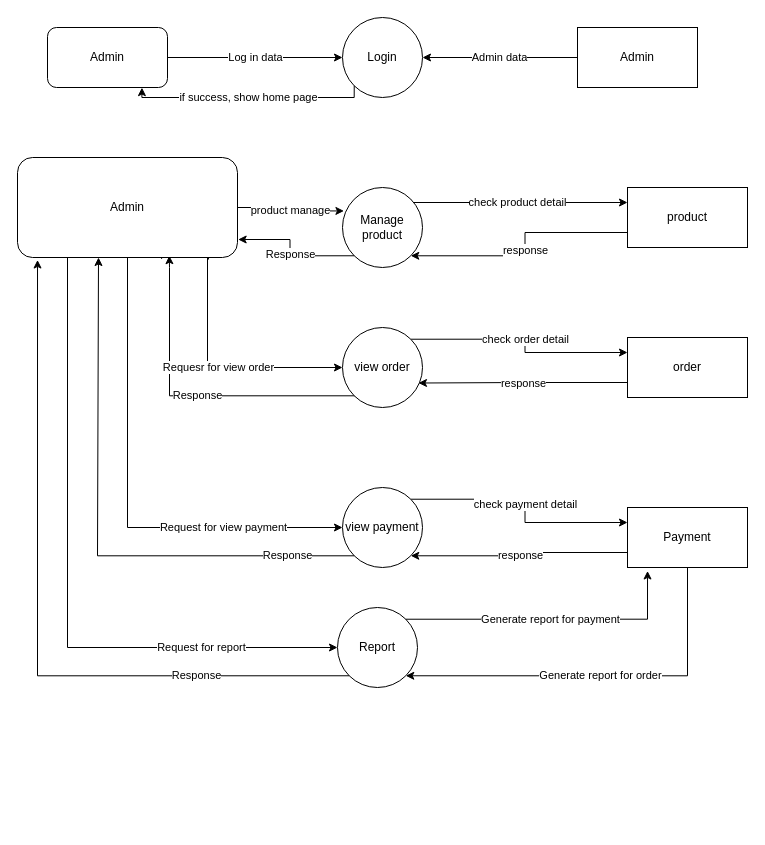
Above: page "Admin" (5 of 6) of health.drawio in YeMyat144/DFD_ER (draw.io), before the change. Source tidied: cells renumbered, new cells numbered last; positions are measured from the earlier drawing's top-left corner, leaving out a move shared by most shapes. Both pictures are drawn from the tidied source at 100%, with x=0, y=0 at pixel (17, 17).
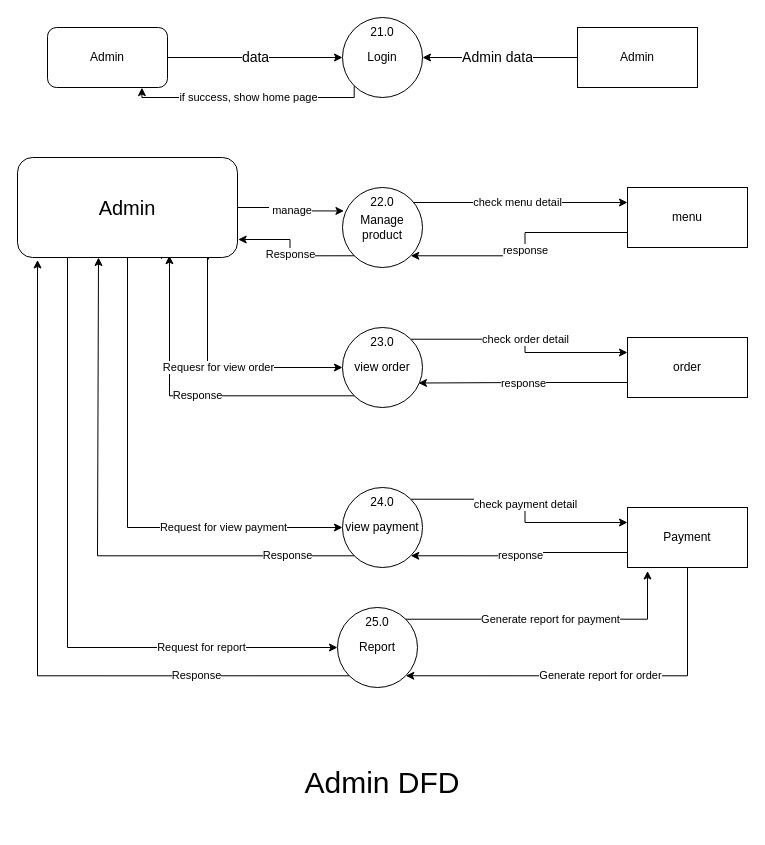
The same diagram, later.

The change refers to these unchanged cells:
```xml
<mxCell id="3" value="Admin" style="rounded=1;whiteSpace=wrap;html=1;" parent="1" vertex="1">
  <mxGeometry x="30" y="10" width="120" height="60" as="geometry" />
</mxCell>
<mxCell id="5" value="Admin" style="rounded=0;whiteSpace=wrap;html=1;" parent="1" vertex="1">
  <mxGeometry x="560" y="10" width="120" height="60" as="geometry" />
</mxCell>
<mxCell id="6" value="Login" style="ellipse;whiteSpace=wrap;html=1;" parent="1" vertex="1">
  <mxGeometry x="325" width="80" height="80" as="geometry" />
</mxCell>
<mxCell id="12" value="Manage product" style="ellipse;whiteSpace=wrap;html=1;" parent="1" vertex="1">
  <mxGeometry x="325" y="170" width="80" height="80" as="geometry" />
</mxCell>
```

Diff of the diagram source:
```diff
@@
-    <mxCell id="2" value="Log in data" style="edgeStyle=orthogonalEdgeStyle;rounded=0;jettySize=auto;html=1;exitX=1;exitY=0.5;exitDx=0;exitDy=0;entryX=0;entryY=0.5;entryDx=0;entryDy=0;" parent="1" edge="1" source="3" target="6">
+    <mxCell id="2" value="data" style="edgeStyle=orthogonalEdgeStyle;rounded=0;jettySize=auto;html=1;exitX=1;exitY=0.5;exitDx=0;exitDy=0;entryX=0;entryY=0.5;entryDx=0;entryDy=0;fontSize=14;" parent="1" edge="1" source="3" target="6">
       <mxGeometry relative="1" as="geometry" />
     </mxCell>
@@
-    <mxCell id="4" value="Admin data" style="edgeStyle=orthogonalEdgeStyle;rounded=0;jettySize=auto;html=1;exitX=0;exitY=0.5;exitDx=0;exitDy=0;" parent="1" edge="1" source="5" target="6">
-      <mxGeometry relative="1" as="geometry" />
+    <mxCell id="4" value="Admin data" style="edgeStyle=orthogonalEdgeStyle;rounded=0;jettySize=auto;html=1;exitX=0;exitY=0.5;exitDx=0;exitDy=0;fontSize=14;" parent="1" edge="1" source="5" target="6">
+      <mxGeometry x="0.03" relative="1" as="geometry" />
     </mxCell>
@@
-    <mxCell id="11" value="check product detail" style="edgeStyle=orthogonalEdgeStyle;rounded=0;jettySize=auto;html=1;exitX=1;exitY=0;exitDx=0;exitDy=0;entryX=0;entryY=0.25;entryDx=0;entryDy=0;" parent="1" edge="1" source="12" target="22">
+    <mxCell id="11" value="check menu detail" style="edgeStyle=orthogonalEdgeStyle;rounded=0;jettySize=auto;html=1;exitX=1;exitY=0;exitDx=0;exitDy=0;entryX=0;entryY=0.25;entryDx=0;entryDy=0;" parent="1" edge="1" source="12" target="22">
       <mxGeometry relative="1" as="geometry">
         <Array as="points">
           <mxPoint x="393" y="185" />
         </Array>
       </mxGeometry>
     </mxCell>
@@
-    <mxCell id="19" value="Admin" style="rounded=1;whiteSpace=wrap;html=1;" parent="1" vertex="1">
+    <mxCell id="19" value="Admin" style="rounded=1;whiteSpace=wrap;html=1;fontSize=20;" parent="1" vertex="1">
       <mxGeometry y="140" width="220" height="100" as="geometry" />
     </mxCell>
@@
-    <mxCell id="22" value="product" style="rounded=0;whiteSpace=wrap;html=1;" parent="1" vertex="1">
+    <mxCell id="22" value="menu" style="rounded=0;whiteSpace=wrap;html=1;" parent="1" vertex="1">
       <mxGeometry x="610" y="170" width="120" height="60" as="geometry" />
     </mxCell>
@@
-    <mxCell id="31" value="product manage" style="edgeStyle=orthogonalEdgeStyle;rounded=0;jettySize=auto;html=1;exitX=1;exitY=0.5;exitDx=0;exitDy=0;entryX=0.018;entryY=0.293;entryDx=0;entryDy=0;entryPerimeter=0;" parent="1" edge="1" source="19" target="12">
+    <mxCell id="31" value="&amp;nbsp;manage" style="edgeStyle=orthogonalEdgeStyle;rounded=0;jettySize=auto;html=1;exitX=1;exitY=0.5;exitDx=0;exitDy=0;entryX=0.018;entryY=0.293;entryDx=0;entryDy=0;entryPerimeter=0;" parent="1" edge="1" source="19" target="12">
       <mxGeometry relative="1" as="geometry" />
     </mxCell>
@@
+    <mxCell id="33" value="Admin DFD" style="text;html=1;align=center;verticalAlign=middle;whiteSpace=wrap;rounded=0;fontSize=30;" parent="1" vertex="1">
+      <mxGeometry x="270" y="720" width="190" height="90" as="geometry" />
+    </mxCell>
+    <mxCell id="34" value="21.0" style="text;html=1;align=center;verticalAlign=middle;whiteSpace=wrap;rounded=0;" parent="1" vertex="1">
+      <mxGeometry x="335" width="60" height="30" as="geometry" />
+    </mxCell>
+    <mxCell id="35" value="22.0" style="text;html=1;align=center;verticalAlign=middle;whiteSpace=wrap;rounded=0;" parent="1" vertex="1">
+      <mxGeometry x="335" y="170" width="60" height="30" as="geometry" />
+    </mxCell>
+    <mxCell id="36" value="23.0" style="text;html=1;align=center;verticalAlign=middle;whiteSpace=wrap;rounded=0;" parent="1" vertex="1">
+      <mxGeometry x="335" y="310" width="60" height="30" as="geometry" />
+    </mxCell>
+    <mxCell id="37" value="24.0" style="text;html=1;align=center;verticalAlign=middle;whiteSpace=wrap;rounded=0;" parent="1" vertex="1">
+      <mxGeometry x="335" y="470" width="60" height="30" as="geometry" />
+    </mxCell>
+    <mxCell id="38" value="25.0" style="text;html=1;align=center;verticalAlign=middle;whiteSpace=wrap;rounded=0;" parent="1" vertex="1">
+      <mxGeometry x="330" y="590" width="60" height="30" as="geometry" />
+    </mxCell>
```
